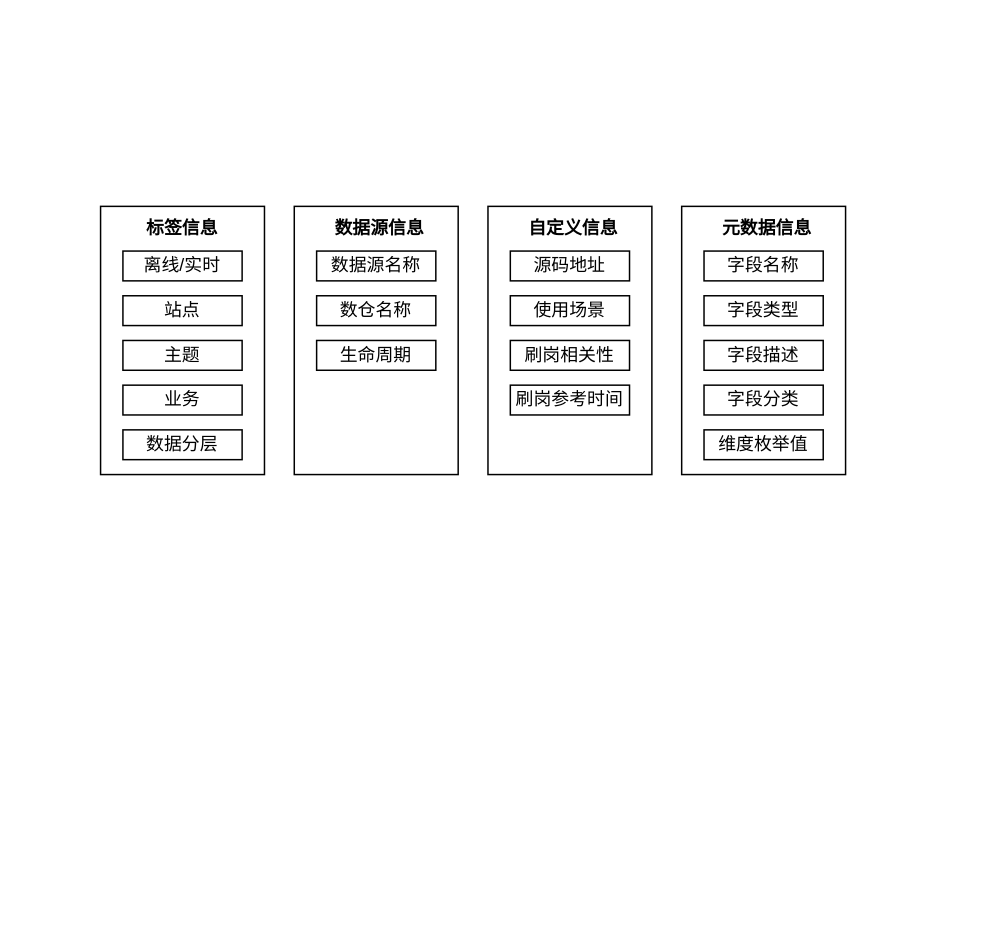
Before: page "业务架构" (7 of 7) of demo01/数据地图.drawio in huang-chh/draw, a draw.io diagram. Source tidied: cells renumbered, new cells numbered last; positions are measured from the earlier drawing's top-left corner, leaving out a move shared by most shapes. Both pictures are drawn from the tidied source at 149%, with x=0, y=0 at pixel (100, 206).
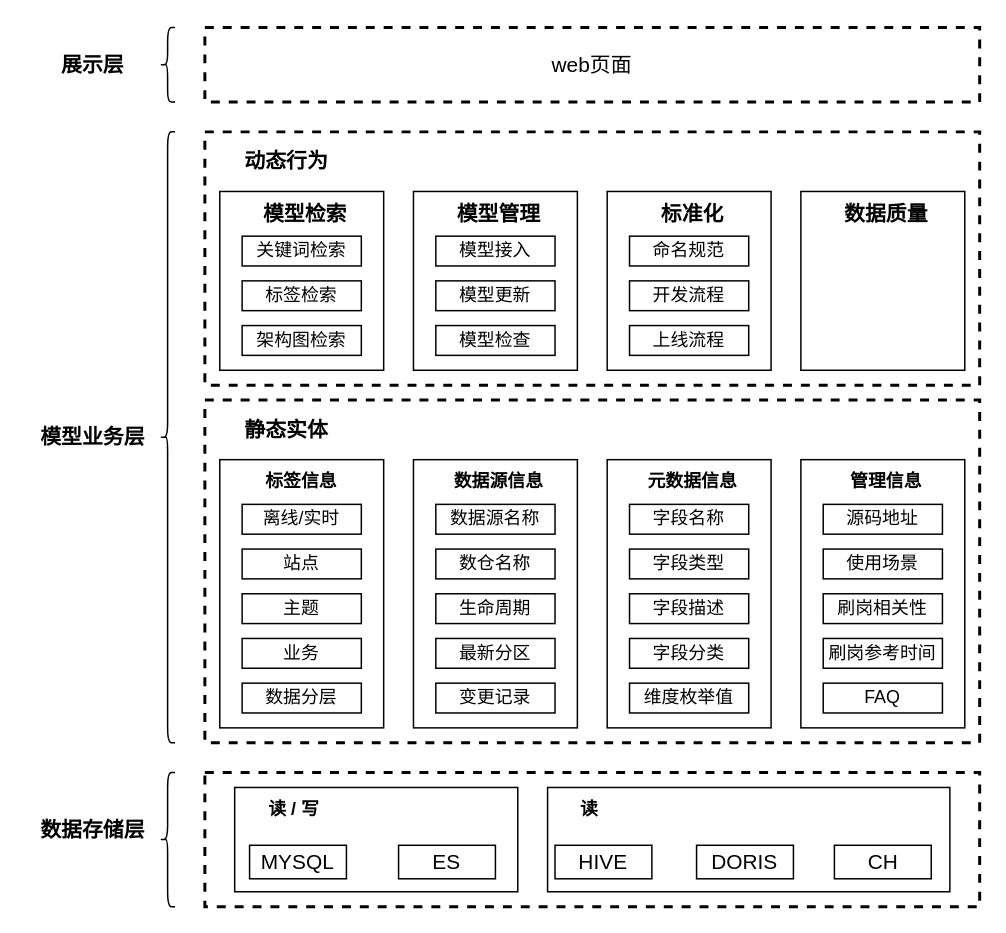
The same diagram, later.

Change to the diagram source:
```diff
@@
+    <mxCell id="27" style="rounded=0;whiteSpace=wrap;html=1;dashed=1;fontSize=14;strokeWidth=2;" parent="1" vertex="1">
+      <mxGeometry x="70" y="380" width="520" height="90" as="geometry" />
+    </mxCell>
+    <mxCell id="28" style="rounded=0;whiteSpace=wrap;html=1;fontSize=14;strokeWidth=1;" parent="1" vertex="1">
+      <mxGeometry x="300" y="390" width="270" height="70" as="geometry" />
+    </mxCell>
+    <mxCell id="29" style="rounded=0;whiteSpace=wrap;html=1;fontSize=14;strokeWidth=1;" parent="1" vertex="1">
+      <mxGeometry x="90" y="390" width="190" height="70" as="geometry" />
+    </mxCell>
+    <mxCell id="30" style="rounded=0;whiteSpace=wrap;html=1;fontSize=14;strokeWidth=2;dashed=1;" parent="1" vertex="1">
+      <mxGeometry x="70" y="-50" width="520" height="170" as="geometry" />
+    </mxCell>
+    <mxCell id="31" style="rounded=0;whiteSpace=wrap;html=1;strokeWidth=2;dashed=1;" parent="1" vertex="1">
+      <mxGeometry x="70" y="130" width="520" height="230" as="geometry" />
+    </mxCell>
     <mxCell id="2" style="rounded=0;whiteSpace=wrap;html=1;" parent="1" vertex="1">
-      <mxGeometry width="110" height="180" as="geometry" />
+      <mxGeometry x="80" y="170" width="110" height="180" as="geometry" />
     </mxCell>
     <mxCell id="3" value="&lt;b&gt;标签信息&lt;/b&gt;" style="text;html=1;strokeColor=none;fillColor=none;align=center;verticalAlign=middle;whiteSpace=wrap;rounded=0;dashed=1;" parent="1" vertex="1">
-      <mxGeometry x="25" width="60" height="30" as="geometry" />
+      <mxGeometry x="105" y="170" width="60" height="30" as="geometry" />
     </mxCell>
     <mxCell id="4" value="离线/实时" style="rounded=0;whiteSpace=wrap;html=1;strokeWidth=1;" parent="1" vertex="1">
-      <mxGeometry x="15" y="30" width="80" height="20" as="geometry" />
+      <mxGeometry x="95" y="200" width="80" height="20" as="geometry" />
     </mxCell>
     <mxCell id="5" value="站点" style="rounded=0;whiteSpace=wrap;html=1;strokeWidth=1;" parent="1" vertex="1">
-      <mxGeometry x="15" y="60" width="80" height="20" as="geometry" />
+      <mxGeometry x="95" y="230" width="80" height="20" as="geometry" />
     </mxCell>
     <mxCell id="6" value="主题" style="rounded=0;whiteSpace=wrap;html=1;strokeWidth=1;" parent="1" vertex="1">
-      <mxGeometry x="15" y="90" width="80" height="20" as="geometry" />
+      <mxGeometry x="95" y="260" width="80" height="20" as="geometry" />
     </mxCell>
     <mxCell id="7" value="业务" style="rounded=0;whiteSpace=wrap;html=1;strokeWidth=1;" parent="1" vertex="1">
-      <mxGeometry x="15" y="120" width="80" height="20" as="geometry" />
+      <mxGeometry x="95" y="290" width="80" height="20" as="geometry" />
     </mxCell>
     <mxCell id="8" value="数据分层" style="rounded=0;whiteSpace=wrap;html=1;strokeWidth=1;" parent="1" vertex="1">
-      <mxGeometry x="15" y="150" width="80" height="20" as="geometry" />
+      <mxGeometry x="95" y="320" width="80" height="20" as="geometry" />
     </mxCell>
     <mxCell id="9" style="rounded=0;whiteSpace=wrap;html=1;" parent="1" vertex="1">
-      <mxGeometry x="130" width="110" height="180" as="geometry" />
+      <mxGeometry x="210" y="170" width="110" height="180" as="geometry" />
     </mxCell>
     <mxCell id="10" value="&lt;b&gt;数据源信息&lt;/b&gt;" style="text;html=1;strokeColor=none;fillColor=none;align=center;verticalAlign=middle;whiteSpace=wrap;rounded=0;dashed=1;" parent="1" vertex="1">
-      <mxGeometry x="155" width="65" height="30" as="geometry" />
+      <mxGeometry x="235" y="170" width="65" height="30" as="geometry" />
     </mxCell>
     <mxCell id="11" value="数据源名称" style="rounded=0;whiteSpace=wrap;html=1;strokeWidth=1;" parent="1" vertex="1">
-      <mxGeometry x="145" y="30" width="80" height="20" as="geometry" />
+      <mxGeometry x="225" y="200" width="80" height="20" as="geometry" />
     </mxCell>
     <mxCell id="12" value="数仓名称" style="rounded=0;whiteSpace=wrap;html=1;strokeWidth=1;" parent="1" vertex="1">
-      <mxGeometry x="145" y="60" width="80" height="20" as="geometry" />
+      <mxGeometry x="225" y="230" width="80" height="20" as="geometry" />
     </mxCell>
     <mxCell id="13" value="生命周期" style="rounded=0;whiteSpace=wrap;html=1;strokeWidth=1;" parent="1" vertex="1">
-      <mxGeometry x="145" y="90" width="80" height="20" as="geometry" />
+      <mxGeometry x="225" y="260" width="80" height="20" as="geometry" />
     </mxCell>
     <mxCell id="14" style="rounded=0;whiteSpace=wrap;html=1;" parent="1" vertex="1">
-      <mxGeometry x="260" width="110" height="180" as="geometry" />
+      <mxGeometry x="470" y="170" width="110" height="180" as="geometry" />
     </mxCell>
-    <mxCell id="15" value="&lt;b&gt;自定义信息&lt;/b&gt;" style="text;html=1;strokeColor=none;fillColor=none;align=center;verticalAlign=middle;whiteSpace=wrap;rounded=0;dashed=1;" parent="1" vertex="1">
-      <mxGeometry x="285" width="65" height="30" as="geometry" />
+    <mxCell id="15" value="&lt;b&gt;管理信息&lt;/b&gt;" style="text;html=1;strokeColor=none;fillColor=none;align=center;verticalAlign=middle;whiteSpace=wrap;rounded=0;dashed=1;" parent="1" vertex="1">
+      <mxGeometry x="495" y="170" width="65" height="30" as="geometry" />
     </mxCell>
     <mxCell id="16" value="源码地址" style="rounded=0;whiteSpace=wrap;html=1;strokeWidth=1;" parent="1" vertex="1">
-      <mxGeometry x="275" y="30" width="80" height="20" as="geometry" />
+      <mxGeometry x="485" y="200" width="80" height="20" as="geometry" />
     </mxCell>
     <mxCell id="17" value="使用场景" style="rounded=0;whiteSpace=wrap;html=1;strokeWidth=1;" parent="1" vertex="1">
-      <mxGeometry x="275" y="60" width="80" height="20" as="geometry" />
+      <mxGeometry x="485" y="230" width="80" height="20" as="geometry" />
     </mxCell>
     <mxCell id="18" value="刷岗相关性" style="rounded=0;whiteSpace=wrap;html=1;strokeWidth=1;" parent="1" vertex="1">
-      <mxGeometry x="275" y="90" width="80" height="20" as="geometry" />
+      <mxGeometry x="485" y="260" width="80" height="20" as="geometry" />
     </mxCell>
     <mxCell id="19" value="刷岗参考时间" style="rounded=0;whiteSpace=wrap;html=1;strokeWidth=1;" parent="1" vertex="1">
-      <mxGeometry x="275" y="120" width="80" height="20" as="geometry" />
+      <mxGeometry x="485" y="290" width="80" height="20" as="geometry" />
     </mxCell>
     <mxCell id="20" style="rounded=0;whiteSpace=wrap;html=1;" parent="1" vertex="1">
-      <mxGeometry x="390" width="110" height="180" as="geometry" />
+      <mxGeometry x="340" y="170" width="110" height="180" as="geometry" />
     </mxCell>
     <mxCell id="21" value="&lt;b&gt;元数据信息&lt;/b&gt;" style="text;html=1;strokeColor=none;fillColor=none;align=center;verticalAlign=middle;whiteSpace=wrap;rounded=0;dashed=1;" parent="1" vertex="1">
-      <mxGeometry x="415" width="65" height="30" as="geometry" />
+      <mxGeometry x="365" y="170" width="65" height="30" as="geometry" />
     </mxCell>
     <mxCell id="22" value="字段名称" style="rounded=0;whiteSpace=wrap;html=1;strokeWidth=1;" parent="1" vertex="1">
-      <mxGeometry x="405" y="30" width="80" height="20" as="geometry" />
+      <mxGeometry x="355" y="200" width="80" height="20" as="geometry" />
     </mxCell>
     <mxCell id="23" value="字段类型" style="rounded=0;whiteSpace=wrap;html=1;strokeWidth=1;" parent="1" vertex="1">
-      <mxGeometry x="405" y="60" width="80" height="20" as="geometry" />
+      <mxGeometry x="355" y="230" width="80" height="20" as="geometry" />
     </mxCell>
     <mxCell id="24" value="字段描述" style="rounded=0;whiteSpace=wrap;html=1;strokeWidth=1;" parent="1" vertex="1">
-      <mxGeometry x="405" y="90" width="80" height="20" as="geometry" />
+      <mxGeometry x="355" y="260" width="80" height="20" as="geometry" />
     </mxCell>
     <mxCell id="25" value="字段分类" style="rounded=0;whiteSpace=wrap;html=1;strokeWidth=1;" parent="1" vertex="1">
-      <mxGeometry x="405" y="120" width="80" height="20" as="geometry" />
+      <mxGeometry x="355" y="290" width="80" height="20" as="geometry" />
     </mxCell>
     <mxCell id="26" value="维度枚举值" style="rounded=0;whiteSpace=wrap;html=1;strokeWidth=1;" parent="1" vertex="1">
-      <mxGeometry x="405" y="150" width="80" height="20" as="geometry" />
+      <mxGeometry x="355" y="320" width="80" height="20" as="geometry" />
     </mxCell>
+    <mxCell id="32" value="FAQ" style="rounded=0;whiteSpace=wrap;html=1;strokeWidth=1;" parent="1" vertex="1">
+      <mxGeometry x="485" y="320" width="80" height="20" as="geometry" />
+    </mxCell>
+    <mxCell id="33" value="最新分区" style="rounded=0;whiteSpace=wrap;html=1;strokeWidth=1;" parent="1" vertex="1">
+      <mxGeometry x="225" y="290" width="80" height="20" as="geometry" />
+    </mxCell>
+    <mxCell id="34" value="变更记录" style="rounded=0;whiteSpace=wrap;html=1;strokeWidth=1;" parent="1" vertex="1">
+      <mxGeometry x="225" y="320" width="80" height="20" as="geometry" />
+    </mxCell>
+    <mxCell id="35" value="&lt;b&gt;&lt;font style=&quot;font-size: 14px&quot;&gt;静态实体&lt;/font&gt;&lt;/b&gt;" style="text;html=1;strokeColor=none;fillColor=none;align=center;verticalAlign=middle;whiteSpace=wrap;rounded=0;dashed=1;" parent="1" vertex="1">
+      <mxGeometry x="80" y="140" width="90" height="20" as="geometry" />
+    </mxCell>
+    <mxCell id="36" style="rounded=0;whiteSpace=wrap;html=1;fontSize=14;strokeWidth=1;" parent="1" vertex="1">
+      <mxGeometry x="80" y="-10" width="110" height="120" as="geometry" />
+    </mxCell>
+    <mxCell id="37" value="&lt;b&gt;模型检索&lt;/b&gt;" style="text;html=1;strokeColor=none;fillColor=none;align=center;verticalAlign=middle;whiteSpace=wrap;rounded=0;fontSize=14;" parent="1" vertex="1">
+      <mxGeometry x="105" y="-10" width="65" height="30" as="geometry" />
+    </mxCell>
+    <mxCell id="38" value="关键词检索" style="rounded=0;whiteSpace=wrap;html=1;strokeWidth=1;" parent="1" vertex="1">
+      <mxGeometry x="95" y="20" width="80" height="20" as="geometry" />
+    </mxCell>
+    <mxCell id="39" value="标签检索" style="rounded=0;whiteSpace=wrap;html=1;strokeWidth=1;" parent="1" vertex="1">
+      <mxGeometry x="95" y="50" width="80" height="20" as="geometry" />
+    </mxCell>
+    <mxCell id="40" value="架构图检索" style="rounded=0;whiteSpace=wrap;html=1;strokeWidth=1;" parent="1" vertex="1">
+      <mxGeometry x="95" y="80" width="80" height="20" as="geometry" />
+    </mxCell>
+    <mxCell id="41" style="rounded=0;whiteSpace=wrap;html=1;fontSize=14;strokeWidth=1;" parent="1" vertex="1">
+      <mxGeometry x="210" y="-10" width="110" height="120" as="geometry" />
+    </mxCell>
+    <mxCell id="42" value="&lt;b&gt;模型管理&lt;/b&gt;" style="text;html=1;strokeColor=none;fillColor=none;align=center;verticalAlign=middle;whiteSpace=wrap;rounded=0;fontSize=14;" parent="1" vertex="1">
+      <mxGeometry x="235" y="-10" width="65" height="30" as="geometry" />
+    </mxCell>
+    <mxCell id="43" value="模型接入" style="rounded=0;whiteSpace=wrap;html=1;strokeWidth=1;" parent="1" vertex="1">
+      <mxGeometry x="225" y="20" width="80" height="20" as="geometry" />
+    </mxCell>
+    <mxCell id="44" value="模型更新" style="rounded=0;whiteSpace=wrap;html=1;strokeWidth=1;" parent="1" vertex="1">
+      <mxGeometry x="225" y="50" width="80" height="20" as="geometry" />
+    </mxCell>
+    <mxCell id="45" value="模型检查" style="rounded=0;whiteSpace=wrap;html=1;strokeWidth=1;" parent="1" vertex="1">
+      <mxGeometry x="225" y="80" width="80" height="20" as="geometry" />
+    </mxCell>
+    <mxCell id="46" style="rounded=0;whiteSpace=wrap;html=1;fontSize=14;strokeWidth=1;" parent="1" vertex="1">
+      <mxGeometry x="340" y="-10" width="110" height="120" as="geometry" />
+    </mxCell>
+    <mxCell id="47" value="&lt;b&gt;标准化&lt;br&gt;&lt;/b&gt;" style="text;html=1;strokeColor=none;fillColor=none;align=center;verticalAlign=middle;whiteSpace=wrap;rounded=0;fontSize=14;" parent="1" vertex="1">
+      <mxGeometry x="365" y="-10" width="65" height="30" as="geometry" />
+    </mxCell>
+    <mxCell id="48" value="命名规范" style="rounded=0;whiteSpace=wrap;html=1;strokeWidth=1;" parent="1" vertex="1">
+      <mxGeometry x="355" y="20" width="80" height="20" as="geometry" />
+    </mxCell>
+    <mxCell id="49" value="开发流程" style="rounded=0;whiteSpace=wrap;html=1;strokeWidth=1;" parent="1" vertex="1">
+      <mxGeometry x="355" y="50" width="80" height="20" as="geometry" />
+    </mxCell>
+    <mxCell id="50" value="上线流程" style="rounded=0;whiteSpace=wrap;html=1;strokeWidth=1;" parent="1" vertex="1">
+      <mxGeometry x="355" y="80" width="80" height="20" as="geometry" />
+    </mxCell>
+    <mxCell id="51" style="rounded=0;whiteSpace=wrap;html=1;fontSize=14;strokeWidth=1;" parent="1" vertex="1">
+      <mxGeometry x="470" y="-10" width="110" height="120" as="geometry" />
+    </mxCell>
+    <mxCell id="52" value="&lt;b&gt;数据质量&lt;br&gt;&lt;/b&gt;" style="text;html=1;strokeColor=none;fillColor=none;align=center;verticalAlign=middle;whiteSpace=wrap;rounded=0;fontSize=14;" parent="1" vertex="1">
+      <mxGeometry x="495" y="-10" width="65" height="30" as="geometry" />
+    </mxCell>
+    <mxCell id="53" value="&lt;b&gt;&lt;font style=&quot;font-size: 14px&quot;&gt;动态行为&lt;/font&gt;&lt;/b&gt;" style="text;html=1;strokeColor=none;fillColor=none;align=center;verticalAlign=middle;whiteSpace=wrap;rounded=0;dashed=1;" parent="1" vertex="1">
+      <mxGeometry x="80" y="-40" width="90" height="20" as="geometry" />
+    </mxCell>
+    <mxCell id="54" value="MYSQL" style="rounded=0;whiteSpace=wrap;html=1;fontSize=14;strokeWidth=1;" parent="1" vertex="1">
+      <mxGeometry x="100" y="428.8" width="65" height="22.5" as="geometry" />
+    </mxCell>
+    <mxCell id="55" value="ES" style="rounded=0;whiteSpace=wrap;html=1;fontSize=14;strokeWidth=1;" parent="1" vertex="1">
+      <mxGeometry x="200" y="428.8" width="65" height="22.5" as="geometry" />
+    </mxCell>
+    <mxCell id="56" value="HIVE" style="rounded=0;whiteSpace=wrap;html=1;fontSize=14;strokeWidth=1;" parent="1" vertex="1">
+      <mxGeometry x="305" y="428.8" width="65" height="22.5" as="geometry" />
+    </mxCell>
+    <mxCell id="57" value="DORIS" style="rounded=0;whiteSpace=wrap;html=1;fontSize=14;strokeWidth=1;" parent="1" vertex="1">
+      <mxGeometry x="400" y="428.8" width="65" height="22.5" as="geometry" />
+    </mxCell>
+    <mxCell id="58" value="CH" style="rounded=0;whiteSpace=wrap;html=1;fontSize=14;strokeWidth=1;" parent="1" vertex="1">
+      <mxGeometry x="492.5" y="428.8" width="65" height="22.5" as="geometry" />
+    </mxCell>
+    <mxCell id="59" value="&lt;span style=&quot;font-size: 14px&quot;&gt;&lt;b&gt;数据存储层&lt;/b&gt;&lt;/span&gt;" style="text;html=1;strokeColor=none;fillColor=none;align=center;verticalAlign=middle;whiteSpace=wrap;rounded=0;dashed=1;" parent="1" vertex="1">
+      <mxGeometry x="-50" y="408.8" width="90" height="20" as="geometry" />
+    </mxCell>
+    <mxCell id="60" value="&lt;b&gt;读 / 写&lt;/b&gt;" style="text;html=1;strokeColor=none;fillColor=none;align=center;verticalAlign=middle;whiteSpace=wrap;rounded=0;dashed=1;" parent="1" vertex="1">
+      <mxGeometry x="100" y="390" width="60" height="30" as="geometry" />
+    </mxCell>
+    <mxCell id="61" value="&lt;b&gt;读&amp;nbsp;&lt;/b&gt;" style="text;html=1;strokeColor=none;fillColor=none;align=center;verticalAlign=middle;whiteSpace=wrap;rounded=0;dashed=1;" parent="1" vertex="1">
+      <mxGeometry x="300" y="390" width="60" height="30" as="geometry" />
+    </mxCell>
+    <mxCell id="62" style="shape=curlyBracket;whiteSpace=wrap;html=1;rounded=1;fontSize=14;strokeWidth=1;" parent="1" vertex="1">
+      <mxGeometry x="40" y="-50" width="10" height="410" as="geometry" />
+    </mxCell>
+    <mxCell id="63" value="&lt;span style=&quot;font-size: 14px&quot;&gt;&lt;b&gt;模型业务层&lt;/b&gt;&lt;/span&gt;" style="text;html=1;strokeColor=none;fillColor=none;align=center;verticalAlign=middle;whiteSpace=wrap;rounded=0;dashed=1;" parent="1" vertex="1">
+      <mxGeometry x="-50" y="145" width="90" height="20" as="geometry" />
+    </mxCell>
+    <mxCell id="64" style="shape=curlyBracket;whiteSpace=wrap;html=1;rounded=1;fontSize=14;strokeWidth=1;" parent="1" vertex="1">
+      <mxGeometry x="40" y="380" width="10" height="90" as="geometry" />
+    </mxCell>
+    <mxCell id="65" value="web页面" style="rounded=0;whiteSpace=wrap;html=1;fontSize=14;strokeWidth=2;dashed=1;" parent="1" vertex="1">
+      <mxGeometry x="70" y="-120" width="520" height="50" as="geometry" />
+    </mxCell>
+    <mxCell id="66" style="shape=curlyBracket;whiteSpace=wrap;html=1;rounded=1;fontSize=14;strokeWidth=1;" parent="1" vertex="1">
+      <mxGeometry x="40" y="-120" width="10" height="50" as="geometry" />
+    </mxCell>
+    <mxCell id="67" value="&lt;span style=&quot;font-size: 14px&quot;&gt;&lt;b&gt;展示层&lt;/b&gt;&lt;/span&gt;" style="text;html=1;strokeColor=none;fillColor=none;align=center;verticalAlign=middle;whiteSpace=wrap;rounded=0;dashed=1;" parent="1" vertex="1">
+      <mxGeometry x="-50" y="-105" width="90" height="20" as="geometry" />
+    </mxCell>
```
